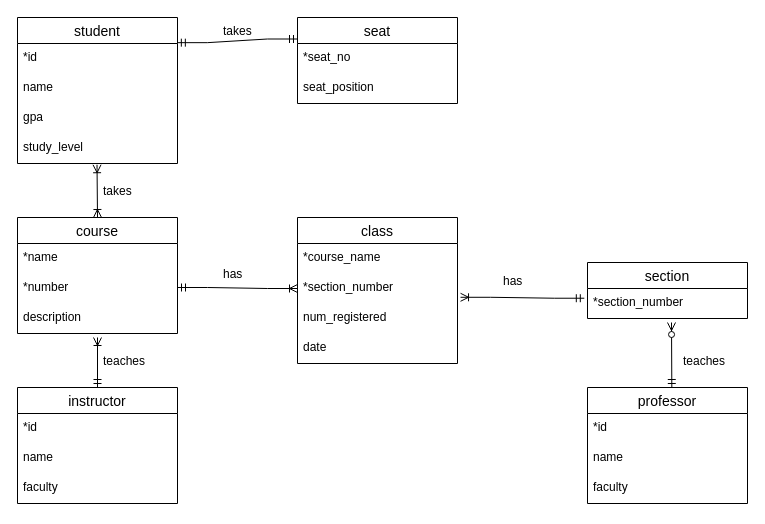
Earlier version of the draw.io diagram student.drawio.xml (pan7ae/noSQL). Source tidied: cells renumbered, new cells numbered last; positions are measured from the earlier drawing's top-left corner, leaving out a move shared by most shapes. Both pictures are drawn from the tidied source at 100%, with x=0, y=0 at pixel (17, 17).
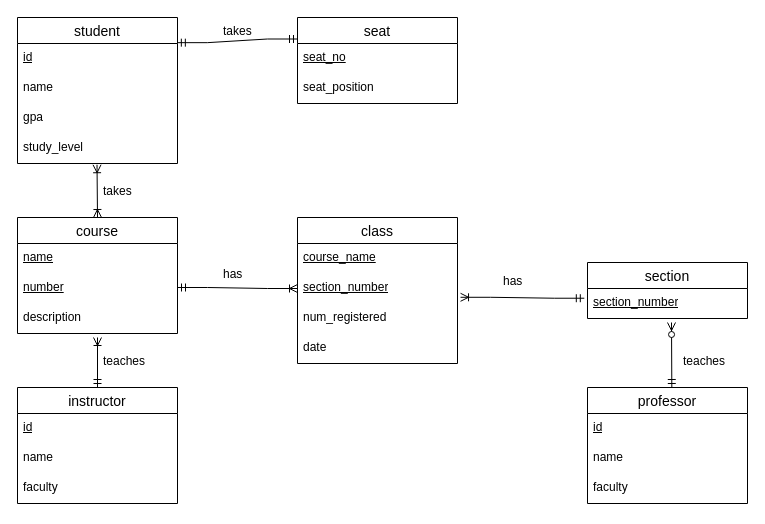
After the change.

Unchanged cells that the change refers to:
```xml
<mxCell id="2" value="student" style="swimlane;fontStyle=0;horizontal=1;startSize=26;align=center;fontSize=14;" parent="1" vertex="1">
  <mxGeometry width="160" height="146" as="geometry" />
</mxCell>
<mxCell id="7" value="course" style="swimlane;fontStyle=0;horizontal=1;startSize=26;align=center;fontSize=14;" parent="1" vertex="1">
  <mxGeometry y="200" width="160" height="116" as="geometry" />
</mxCell>
<mxCell id="11" value="instructor" style="swimlane;fontStyle=0;horizontal=1;startSize=26;align=center;fontSize=14;" parent="1" vertex="1">
  <mxGeometry y="370" width="160" height="116" as="geometry" />
</mxCell>
<mxCell id="15" value="seat" style="swimlane;fontStyle=0;horizontal=1;startSize=26;align=center;fontSize=14;" parent="1" vertex="1">
  <mxGeometry x="280" width="160" height="86" as="geometry" />
</mxCell>
<mxCell id="18" value="class" style="swimlane;fontStyle=0;horizontal=1;startSize=26;align=center;fontSize=14;" parent="1" vertex="1">
  <mxGeometry x="280" y="200" width="160" height="146" as="geometry" />
</mxCell>
<mxCell id="23" value="section" style="swimlane;fontStyle=0;horizontal=1;startSize=26;align=center;fontSize=14;" parent="1" vertex="1">
  <mxGeometry x="570" y="245" width="160" height="56" as="geometry" />
</mxCell>
<mxCell id="25" value="professor" style="swimlane;fontStyle=0;horizontal=1;startSize=26;align=center;fontSize=14;" parent="1" vertex="1">
  <mxGeometry x="570" y="370" width="160" height="116" as="geometry" />
</mxCell>
```

The edit, as a diff of the source:
```diff
@@
-    <mxCell id="3" value="*id" style="text;strokeColor=none;fillColor=none;spacingLeft=4;spacingRight=4;overflow=hidden;points=[[0,0.5],[1,0.5]];portConstraint=eastwest;fontSize=12;whiteSpace=wrap;html=1;" parent="2" vertex="1">
+    <mxCell id="3" value="&lt;u&gt;id&lt;/u&gt;" style="text;strokeColor=none;fillColor=none;spacingLeft=4;spacingRight=4;overflow=hidden;points=[[0,0.5],[1,0.5]];portConstraint=eastwest;fontSize=12;whiteSpace=wrap;html=1;" parent="2" vertex="1">
       <mxGeometry y="26" width="160" height="30" as="geometry" />
     </mxCell>
@@
-    <mxCell id="8" value="*name" style="text;strokeColor=none;fillColor=none;spacingLeft=4;spacingRight=4;overflow=hidden;fontSize=12;whiteSpace=wrap;html=1;" parent="7" vertex="1">
+    <mxCell id="8" value="&lt;u&gt;name&lt;/u&gt;" style="text;strokeColor=none;fillColor=none;spacingLeft=4;spacingRight=4;overflow=hidden;fontSize=12;whiteSpace=wrap;html=1;" parent="7" vertex="1">
       <mxGeometry y="26" width="160" height="30" as="geometry" />
     </mxCell>
-    <mxCell id="9" value="*number" style="text;strokeColor=none;fillColor=none;spacingLeft=4;spacingRight=4;overflow=hidden;fontSize=12;whiteSpace=wrap;html=1;" parent="7" vertex="1">
+    <mxCell id="9" value="&lt;u&gt;number&lt;/u&gt;" style="text;strokeColor=none;fillColor=none;spacingLeft=4;spacingRight=4;overflow=hidden;fontSize=12;whiteSpace=wrap;html=1;" parent="7" vertex="1">
       <mxGeometry y="56" width="160" height="30" as="geometry" />
     </mxCell>
@@
-    <mxCell id="12" value="*id" style="text;strokeColor=none;fillColor=none;spacingLeft=4;spacingRight=4;overflow=hidden;fontSize=12;whiteSpace=wrap;html=1;" parent="11" vertex="1">
+    <mxCell id="12" value="&lt;u&gt;id&lt;/u&gt;" style="text;strokeColor=none;fillColor=none;spacingLeft=4;spacingRight=4;overflow=hidden;fontSize=12;whiteSpace=wrap;html=1;" parent="11" vertex="1">
       <mxGeometry y="26" width="160" height="30" as="geometry" />
     </mxCell>
@@
-    <mxCell id="16" value="*seat_no" style="text;strokeColor=none;fillColor=none;spacingLeft=4;spacingRight=4;overflow=hidden;fontSize=12;whiteSpace=wrap;html=1;" parent="15" vertex="1">
+    <mxCell id="16" value="&lt;u&gt;seat_no&lt;/u&gt;" style="text;strokeColor=none;fillColor=none;spacingLeft=4;spacingRight=4;overflow=hidden;fontSize=12;whiteSpace=wrap;html=1;" parent="15" vertex="1">
       <mxGeometry y="26" width="160" height="30" as="geometry" />
     </mxCell>
@@
-    <mxCell id="19" value="*course_name" style="text;strokeColor=none;fillColor=none;spacingLeft=4;spacingRight=4;overflow=hidden;fontSize=12;whiteSpace=wrap;html=1;" parent="18" vertex="1">
+    <mxCell id="19" value="&lt;u&gt;course_name&lt;/u&gt;" style="text;strokeColor=none;fillColor=none;spacingLeft=4;spacingRight=4;overflow=hidden;fontSize=12;whiteSpace=wrap;html=1;" parent="18" vertex="1">
       <mxGeometry y="26" width="160" height="30" as="geometry" />
     </mxCell>
-    <mxCell id="20" value="*section_number" style="text;strokeColor=none;fillColor=none;spacingLeft=4;spacingRight=4;overflow=hidden;points=[[0,0.5],[1,0.5]];portConstraint=eastwest;fontSize=12;whiteSpace=wrap;html=1;" parent="18" vertex="1">
+    <mxCell id="20" value="&lt;u&gt;section_number&lt;/u&gt;" style="text;strokeColor=none;fillColor=none;spacingLeft=4;spacingRight=4;overflow=hidden;points=[[0,0.5],[1,0.5]];portConstraint=eastwest;fontSize=12;whiteSpace=wrap;html=1;" parent="18" vertex="1">
       <mxGeometry y="56" width="160" height="30" as="geometry" />
     </mxCell>
@@
-    <mxCell id="24" value="*section_number" style="text;strokeColor=none;fillColor=none;spacingLeft=4;spacingRight=4;overflow=hidden;points=[[0,0.5],[1,0.5]];portConstraint=eastwest;fontSize=12;whiteSpace=wrap;html=1;" parent="23" vertex="1">
+    <mxCell id="24" value="&lt;u&gt;section_number&lt;/u&gt;" style="text;strokeColor=none;fillColor=none;spacingLeft=4;spacingRight=4;overflow=hidden;points=[[0,0.5],[1,0.5]];portConstraint=eastwest;fontSize=12;whiteSpace=wrap;html=1;" parent="23" vertex="1">
       <mxGeometry y="26" width="160" height="30" as="geometry" />
     </mxCell>
@@
-    <mxCell id="26" value="*id" style="text;strokeColor=none;fillColor=none;spacingLeft=4;spacingRight=4;overflow=hidden;fontSize=12;whiteSpace=wrap;html=1;" parent="25" vertex="1">
+    <mxCell id="26" value="&lt;u&gt;id&lt;/u&gt;" style="text;strokeColor=none;fillColor=none;spacingLeft=4;spacingRight=4;overflow=hidden;fontSize=12;whiteSpace=wrap;html=1;" parent="25" vertex="1">
       <mxGeometry y="26" width="160" height="30" as="geometry" />
     </mxCell>
```
